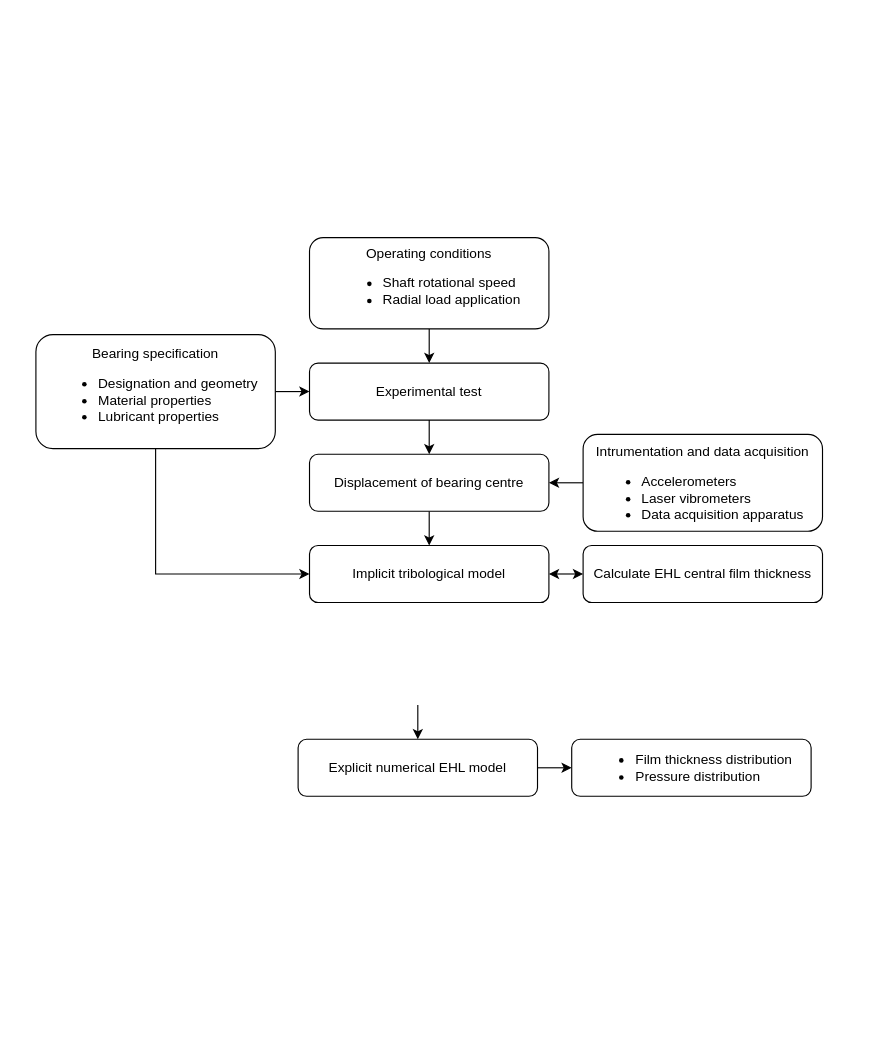
Before: Chapters/03_Investigating_the_Effect_of_Lubrication_on_the_Tribodynamic_Behaviour_of_High-Speed_Roller_Bearings/Experimental_flowchart.drawio in QuestH/PhDThesis, a draw.io diagram. Source tidied: cells renumbered, new cells numbered last; positions are measured from the earlier drawing's top-left corner, leaving out a move shared by most shapes. Both pictures are drawn from the tidied source at 114%, with x=0, y=0 at pixel (35, 237).
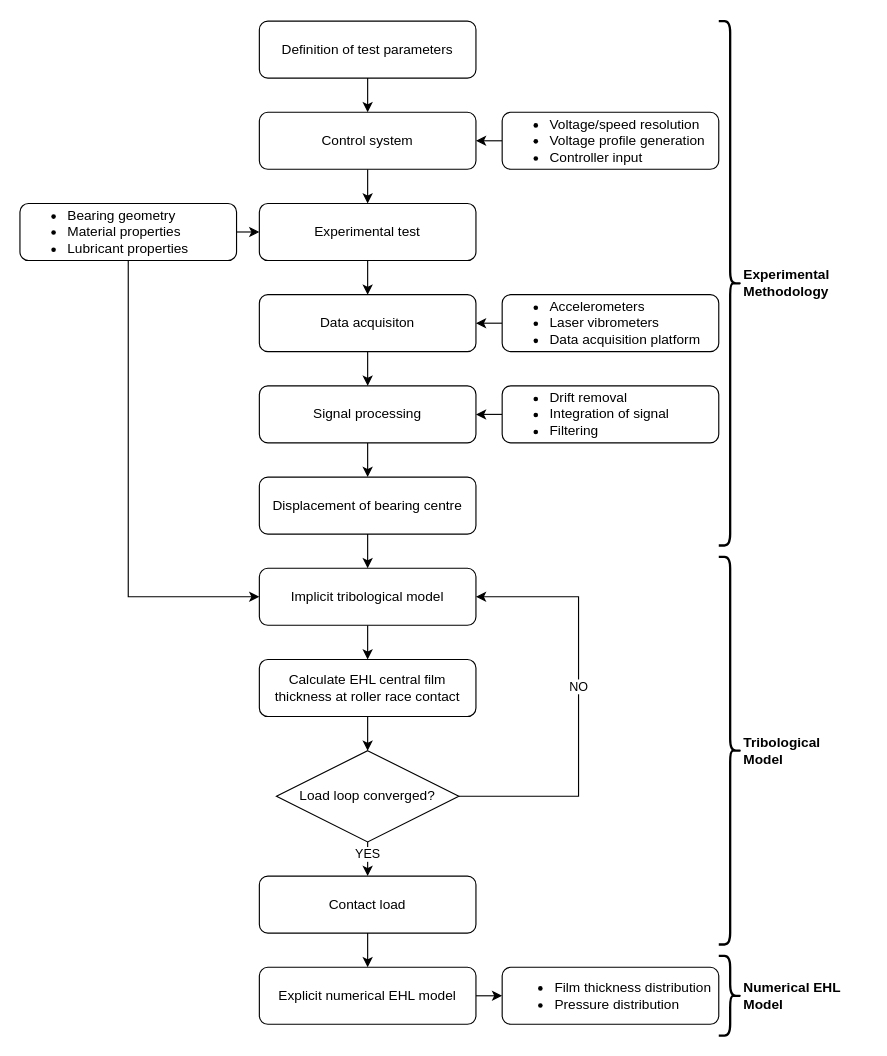
After the change.

Change to the diagram source:
```diff
@@
     <mxCell id="3" value="Displacement of bearing centre" style="rounded=1;whiteSpace=wrap;html=1;fontSize=12;glass=0;strokeWidth=1;shadow=0;" parent="1" vertex="1">
-      <mxGeometry x="240" y="190" width="210" height="50" as="geometry" />
+      <mxGeometry x="196" y="210" width="190" height="50" as="geometry" />
     </mxCell>
-    <mxCell id="4" style="edgeStyle=orthogonalEdgeStyle;rounded=0;jettySize=auto;html=1;exitX=0.5;exitY=1;exitDx=0;exitDy=0;entryX=0.5;entryY=0;entryDx=0;entryDy=0;" parent="1" edge="1" target="7">
-      <mxGeometry relative="1" as="geometry">
-        <mxPoint x="335" y="410" as="sourcePoint" />
-      </mxGeometry>
-    </mxCell>
+    <mxCell id="20" style="edgeStyle=orthogonalEdgeStyle;rounded=0;jettySize=auto;html=1;exitX=0.5;exitY=1;exitDx=0;exitDy=0;entryX=0.5;entryY=0;entryDx=0;entryDy=0;" parent="1" edge="1" source="5" target="39">
+      <mxGeometry relative="1" as="geometry" />
+    </mxCell>
     <mxCell id="5" value="Implicit tribological model" style="rounded=1;whiteSpace=wrap;html=1;fontSize=12;glass=0;strokeWidth=1;shadow=0;" parent="1" vertex="1">
-      <mxGeometry x="240" y="270" width="210" height="50" as="geometry" />
+      <mxGeometry x="196" y="290" width="190" height="50" as="geometry" />
     </mxCell>
@@
     <mxCell id="7" value="Explicit numerical EHL model" style="rounded=1;whiteSpace=wrap;html=1;fontSize=12;glass=0;strokeWidth=1;shadow=0;" parent="1" vertex="1">
-      <mxGeometry x="230" y="440" width="210" height="50" as="geometry" />
+      <mxGeometry x="196" y="640" width="190" height="50" as="geometry" />
     </mxCell>
-    <mxCell id="8" style="edgeStyle=orthogonalEdgeStyle;rounded=0;jettySize=auto;html=1;exitX=0.5;exitY=1;exitDx=0;exitDy=0;entryX=0.5;entryY=0;entryDx=0;entryDy=0;" parent="1" edge="1" source="9" target="3">
-      <mxGeometry relative="1" as="geometry" />
-    </mxCell>
+    <mxCell id="21" style="edgeStyle=orthogonalEdgeStyle;rounded=0;jettySize=auto;html=1;exitX=0.5;exitY=1;exitDx=0;exitDy=0;entryX=0.5;entryY=0;entryDx=0;entryDy=0;" parent="1" edge="1" source="9" target="25">
+      <mxGeometry relative="1" as="geometry" />
+    </mxCell>
     <mxCell id="9" value="Experimental test" style="rounded=1;whiteSpace=wrap;html=1;fontSize=12;glass=0;strokeWidth=1;shadow=0;" parent="1" vertex="1">
-      <mxGeometry x="240" y="110" width="210" height="50" as="geometry" />
+      <mxGeometry x="196" y="-30" width="190" height="50" as="geometry" />
     </mxCell>
-    <mxCell id="10" value="Calculate EHL central film thickness" style="rounded=1;whiteSpace=wrap;html=1;fontSize=12;glass=0;strokeWidth=1;shadow=0;" parent="1" vertex="1">
-      <mxGeometry x="480" y="270" width="210" height="50" as="geometry" />
-    </mxCell>
     <mxCell id="11" value="&lt;ul&gt;&lt;li&gt;Film thickness distribution&lt;/li&gt;&lt;li style=&quot;text-align: left;&quot;&gt;Pressure distribution&lt;/li&gt;&lt;/ul&gt;" style="rounded=1;whiteSpace=wrap;html=1;fontSize=12;glass=0;strokeWidth=1;shadow=0;align=center;" parent="1" vertex="1">
-      <mxGeometry x="470" y="440" width="210" height="50" as="geometry" />
+      <mxGeometry x="409" y="640" width="190" height="50" as="geometry" />
     </mxCell>
-    <mxCell id="12" style="edgeStyle=orthogonalEdgeStyle;rounded=0;jettySize=auto;html=1;exitX=0.5;exitY=1;exitDx=0;exitDy=0;entryX=0.5;entryY=0;entryDx=0;entryDy=0;" parent="1" edge="1" source="13" target="9">
-      <mxGeometry relative="1" as="geometry" />
-    </mxCell>
-    <mxCell id="13" value="Operating conditions&lt;div&gt;&lt;ul&gt;&lt;li style=&quot;text-align: left;&quot;&gt;&lt;span style=&quot;background-color: initial;&quot;&gt;Shaft rotational speed&lt;/span&gt;&lt;/li&gt;&lt;li style=&quot;text-align: left;&quot;&gt;Radial load application&lt;/li&gt;&lt;/ul&gt;&lt;/div&gt;" style="rounded=1;whiteSpace=wrap;html=1;fontSize=12;glass=0;strokeWidth=1;shadow=0;" parent="1" vertex="1">
-      <mxGeometry x="240" width="210" height="80" as="geometry" />
-    </mxCell>
-    <mxCell id="14" style="edgeStyle=orthogonalEdgeStyle;rounded=0;jettySize=auto;html=1;exitX=0;exitY=0.5;exitDx=0;exitDy=0;entryX=1;entryY=0.5;entryDx=0;entryDy=0;" parent="1" edge="1" source="15" target="3">
-      <mxGeometry relative="1" as="geometry" />
-    </mxCell>
+    <mxCell id="22" style="edgeStyle=orthogonalEdgeStyle;rounded=0;jettySize=auto;html=1;exitX=0;exitY=0.5;exitDx=0;exitDy=0;entryX=1;entryY=0.5;entryDx=0;entryDy=0;" parent="1" edge="1" source="15" target="25">
+      <mxGeometry relative="1" as="geometry" />
+    </mxCell>
-    <mxCell id="15" value="&lt;p style=&quot;line-height: 120%;&quot;&gt;&lt;span style=&quot;background-color: initial;&quot;&gt;Intrumentation and data acquisition&lt;/span&gt;&lt;br&gt;&lt;/p&gt;&lt;ul style=&quot;line-height: 120%;&quot;&gt;&lt;li style=&quot;text-align: left;&quot;&gt;&lt;span style=&quot;background-color: initial;&quot;&gt;Accelerometers&lt;/span&gt;&lt;/li&gt;&lt;li style=&quot;text-align: left;&quot;&gt;&lt;span style=&quot;background-color: initial;&quot;&gt;Laser vibrometers&lt;/span&gt;&lt;/li&gt;&lt;li style=&quot;text-align: left;&quot;&gt;&lt;span style=&quot;background-color: initial;&quot;&gt;Data acquisition apparatus&lt;/span&gt;&lt;/li&gt;&lt;/ul&gt;&lt;p&gt;&lt;/p&gt;" style="rounded=1;whiteSpace=wrap;html=1;fontSize=12;glass=0;strokeWidth=1;shadow=0;align=center;" parent="1" vertex="1">
-      <mxGeometry x="480" y="172.5" width="210" height="85" as="geometry" />
+    <mxCell id="15" value="&lt;ul style=&quot;line-height: 120%;&quot;&gt;&lt;li style=&quot;&quot;&gt;&lt;span style=&quot;background-color: initial;&quot;&gt;Accelerometers&lt;/span&gt;&lt;/li&gt;&lt;li style=&quot;&quot;&gt;&lt;span style=&quot;background-color: initial;&quot;&gt;Laser vibrometers&lt;/span&gt;&lt;/li&gt;&lt;li style=&quot;&quot;&gt;&lt;span style=&quot;background-color: initial;&quot;&gt;Data acquisition platform&lt;/span&gt;&lt;/li&gt;&lt;/ul&gt;&lt;p&gt;&lt;/p&gt;" style="rounded=1;whiteSpace=wrap;html=1;fontSize=12;glass=0;strokeWidth=1;shadow=0;align=left;" parent="1" vertex="1">
+      <mxGeometry x="409" y="50" width="190" height="50" as="geometry" />
     </mxCell>
+    <mxCell id="17" style="edgeStyle=orthogonalEdgeStyle;rounded=0;jettySize=auto;html=1;exitX=0.5;exitY=1;exitDx=0;exitDy=0;entryX=0;entryY=0.5;entryDx=0;entryDy=0;" parent="1" edge="1" source="18" target="5">
+      <mxGeometry relative="1" as="geometry" />
+    </mxCell>
@@
-    <mxCell id="17" style="edgeStyle=orthogonalEdgeStyle;rounded=0;jettySize=auto;html=1;exitX=0.5;exitY=1;exitDx=0;exitDy=0;entryX=0;entryY=0.5;entryDx=0;entryDy=0;" parent="1" edge="1" source="18" target="5">
-      <mxGeometry relative="1" as="geometry" />
-    </mxCell>
-    <mxCell id="18" value="&lt;span style=&quot;background-color: initial;&quot;&gt;Bearing specification&lt;/span&gt;&lt;br&gt;&lt;ul&gt;&lt;li style=&quot;text-align: left;&quot;&gt;Designation and geometry&lt;/li&gt;&lt;li style=&quot;text-align: left;&quot;&gt;&lt;span style=&quot;background-color: initial;&quot;&gt;Material properties&lt;/span&gt;&lt;/li&gt;&lt;li style=&quot;text-align: left;&quot;&gt;&lt;span style=&quot;background-color: initial;&quot;&gt;Lubricant properties&lt;/span&gt;&lt;/li&gt;&lt;/ul&gt;" style="rounded=1;whiteSpace=wrap;html=1;fontSize=12;glass=0;strokeWidth=1;shadow=0;" parent="1" vertex="1">
-      <mxGeometry y="85" width="210" height="100" as="geometry" />
+    <mxCell id="18" value="&lt;ul&gt;&lt;li style=&quot;&quot;&gt;Bearing geometry&lt;/li&gt;&lt;li style=&quot;&quot;&gt;&lt;span style=&quot;background-color: initial;&quot;&gt;Material properties&lt;/span&gt;&lt;/li&gt;&lt;li style=&quot;&quot;&gt;&lt;span style=&quot;background-color: initial;&quot;&gt;Lubricant properties&lt;/span&gt;&lt;/li&gt;&lt;/ul&gt;" style="rounded=1;whiteSpace=wrap;html=1;fontSize=12;glass=0;strokeWidth=1;shadow=0;align=left;" parent="1" vertex="1">
+      <mxGeometry x="-14" y="-30" width="190" height="50" as="geometry" />
     </mxCell>
-    <mxCell id="19" style="endArrow=classic;startArrow=classic;html=1;rounded=0;entryX=0;entryY=0.5;entryDx=0;entryDy=0;exitX=1;exitY=0.5;exitDx=0;exitDy=0;" parent="1" edge="1" source="5" target="10">
-      <mxGeometry relative="1" as="geometry" />
-    </mxCell>
+    <mxCell id="23" style="edgeStyle=orthogonalEdgeStyle;rounded=0;jettySize=auto;html=1;exitX=0.5;exitY=1;exitDx=0;exitDy=0;entryX=0.5;entryY=0;entryDx=0;entryDy=0;" parent="1" edge="1" target="3">
+      <mxGeometry relative="1" as="geometry">
+        <mxPoint x="301" y="140" as="sourcePoint" />
+      </mxGeometry>
+    </mxCell>
+    <mxCell id="24" style="edgeStyle=orthogonalEdgeStyle;rounded=0;jettySize=auto;html=1;exitX=0.5;exitY=1;exitDx=0;exitDy=0;entryX=0.5;entryY=0;entryDx=0;entryDy=0;" parent="1" edge="1" source="25" target="28">
+      <mxGeometry relative="1" as="geometry" />
+    </mxCell>
+    <mxCell id="25" value="Data acquisiton" style="rounded=1;whiteSpace=wrap;html=1;fontSize=12;glass=0;strokeWidth=1;shadow=0;" parent="1" vertex="1">
+      <mxGeometry x="196" y="50" width="190" height="50" as="geometry" />
+    </mxCell>
+    <mxCell id="26" style="edgeStyle=orthogonalEdgeStyle;rounded=0;jettySize=auto;html=1;exitX=0.5;exitY=1;exitDx=0;exitDy=0;entryX=0.5;entryY=0;entryDx=0;entryDy=0;" parent="1" edge="1" source="27" target="41">
+      <mxGeometry relative="1" as="geometry" />
+    </mxCell>
+    <mxCell id="27" value="&lt;span style=&quot;text-align: left; background-color: initial;&quot;&gt;Definition of test parameters&lt;/span&gt;" style="rounded=1;whiteSpace=wrap;html=1;fontSize=12;glass=0;strokeWidth=1;shadow=0;" parent="1" vertex="1">
+      <mxGeometry x="196" y="-190" width="190" height="50" as="geometry" />
+    </mxCell>
+    <mxCell id="28" value="Signal processing" style="rounded=1;whiteSpace=wrap;html=1;fontSize=12;glass=0;strokeWidth=1;shadow=0;" parent="1" vertex="1">
+      <mxGeometry x="196" y="130" width="190" height="50" as="geometry" />
+    </mxCell>
+    <mxCell id="29" style="edgeStyle=orthogonalEdgeStyle;rounded=0;jettySize=auto;html=1;exitX=0;exitY=0.5;exitDx=0;exitDy=0;entryX=1;entryY=0.5;entryDx=0;entryDy=0;" parent="1" edge="1" source="30" target="28">
+      <mxGeometry relative="1" as="geometry" />
+    </mxCell>
+    <mxCell id="30" value="&lt;ul style=&quot;line-height: 120%;&quot;&gt;&lt;li style=&quot;&quot;&gt;Drift removal&lt;/li&gt;&lt;li style=&quot;&quot;&gt;Integration of signal&lt;/li&gt;&lt;li style=&quot;&quot;&gt;Filtering&lt;/li&gt;&lt;/ul&gt;&lt;p&gt;&lt;/p&gt;" style="rounded=1;whiteSpace=wrap;html=1;fontSize=12;glass=0;strokeWidth=1;shadow=0;align=left;" parent="1" vertex="1">
+      <mxGeometry x="409" y="130" width="190" height="50" as="geometry" />
+    </mxCell>
+    <mxCell id="31" style="edgeStyle=orthogonalEdgeStyle;rounded=0;jettySize=auto;html=1;exitX=0.5;exitY=1;exitDx=0;exitDy=0;entryX=0.5;entryY=0;entryDx=0;entryDy=0;" parent="1" edge="1" source="35" target="37">
+      <mxGeometry relative="1" as="geometry" />
+    </mxCell>
+    <mxCell id="32" value="YES" style="edgeLabel;html=1;align=center;verticalAlign=middle;" parent="31" vertex="1">
+      <mxGeometry x="-0.08" y="-1" relative="1" as="geometry">
+        <mxPoint y="-4" as="offset" />
+      </mxGeometry>
+    </mxCell>
+    <mxCell id="33" style="edgeStyle=orthogonalEdgeStyle;rounded=0;jettySize=auto;html=1;exitX=1;exitY=0.5;exitDx=0;exitDy=0;entryX=1;entryY=0.5;entryDx=0;entryDy=0;" parent="1" edge="1" source="35" target="5">
+      <mxGeometry relative="1" as="geometry">
+        <Array as="points">
+          <mxPoint x="476" y="490" />
+          <mxPoint x="476" y="315" />
+        </Array>
+      </mxGeometry>
+    </mxCell>
+    <mxCell id="34" value="NO" style="edgeLabel;html=1;align=center;verticalAlign=middle;" parent="33" vertex="1">
+      <mxGeometry x="0.09" y="1" relative="1" as="geometry" />
+    </mxCell>
+    <mxCell id="35" value="Load loop converged?" style="rhombus;whiteSpace=wrap;html=1;" parent="1" vertex="1">
+      <mxGeometry x="211" y="450" width="160" height="80" as="geometry" />
+    </mxCell>
+    <mxCell id="36" style="edgeStyle=orthogonalEdgeStyle;rounded=0;jettySize=auto;html=1;exitX=0.5;exitY=1;exitDx=0;exitDy=0;entryX=0.5;entryY=0;entryDx=0;entryDy=0;" parent="1" edge="1" source="37" target="7">
+      <mxGeometry relative="1" as="geometry" />
+    </mxCell>
+    <mxCell id="37" value="Contact load" style="rounded=1;whiteSpace=wrap;html=1;fontSize=12;glass=0;strokeWidth=1;shadow=0;" parent="1" vertex="1">
+      <mxGeometry x="196" y="560" width="190" height="50" as="geometry" />
+    </mxCell>
+    <mxCell id="38" style="edgeStyle=orthogonalEdgeStyle;rounded=0;jettySize=auto;html=1;exitX=0.5;exitY=1;exitDx=0;exitDy=0;entryX=0.5;entryY=0;entryDx=0;entryDy=0;" parent="1" edge="1" source="39" target="35">
+      <mxGeometry relative="1" as="geometry" />
+    </mxCell>
+    <mxCell id="39" value="Calculate EHL central film thickness at roller race contact" style="rounded=1;whiteSpace=wrap;html=1;fontSize=12;glass=0;strokeWidth=1;shadow=0;" parent="1" vertex="1">
+      <mxGeometry x="196" y="370" width="190" height="50" as="geometry" />
+    </mxCell>
+    <mxCell id="40" style="edgeStyle=orthogonalEdgeStyle;rounded=0;jettySize=auto;html=1;exitX=0.5;exitY=1;exitDx=0;exitDy=0;entryX=0.5;entryY=0;entryDx=0;entryDy=0;" parent="1" edge="1" source="41" target="9">
+      <mxGeometry relative="1" as="geometry" />
+    </mxCell>
+    <mxCell id="41" value="&lt;span style=&quot;text-align: left; background-color: initial;&quot;&gt;Control system&lt;/span&gt;" style="rounded=1;whiteSpace=wrap;html=1;fontSize=12;glass=0;strokeWidth=1;shadow=0;" parent="1" vertex="1">
+      <mxGeometry x="196" y="-110" width="190" height="50" as="geometry" />
+    </mxCell>
+    <mxCell id="42" style="edgeStyle=orthogonalEdgeStyle;rounded=0;jettySize=auto;html=1;exitX=0;exitY=0.5;exitDx=0;exitDy=0;entryX=1;entryY=0.5;entryDx=0;entryDy=0;" parent="1" edge="1" source="43" target="41">
+      <mxGeometry relative="1" as="geometry" />
+    </mxCell>
+    <mxCell id="43" value="&lt;ul&gt;&lt;li&gt;&lt;span style=&quot;background-color: initial;&quot;&gt;Voltage/speed resolution&lt;/span&gt;&lt;br&gt;&lt;/li&gt;&lt;li&gt;&lt;span style=&quot;background-color: initial;&quot;&gt;Voltage profile generation&lt;/span&gt;&lt;/li&gt;&lt;li&gt;Controller input&lt;/li&gt;&lt;/ul&gt;" style="rounded=1;whiteSpace=wrap;html=1;fontSize=12;glass=0;strokeWidth=1;shadow=0;align=left;" parent="1" vertex="1">
+      <mxGeometry x="409" y="-110" width="190" height="50" as="geometry" />
+    </mxCell>
+    <mxCell id="44" value="&lt;b&gt;Experimental&lt;/b&gt;&lt;div&gt;&lt;b style=&quot;background-color: initial;&quot;&gt;Methodology&lt;/b&gt;&lt;/div&gt;" style="text;html=1;align=left;verticalAlign=middle;strokeColor=none;fillColor=none;" parent="1" vertex="1">
+      <mxGeometry x="619" y="20" width="100" height="40" as="geometry" />
+    </mxCell>
+    <mxCell id="45" style="shape=curlyBracket;whiteSpace=wrap;html=1;rounded=1;flipH=1;labelPosition=right;verticalLabelPosition=middle;align=left;verticalAlign=middle;strokeWidth=2;" parent="1" vertex="1">
+      <mxGeometry x="599" y="-190" width="20" height="460" as="geometry" />
+    </mxCell>
+    <mxCell id="46" value="&lt;div&gt;&lt;b style=&quot;background-color: initial;&quot;&gt;Tribological&amp;nbsp;&lt;/b&gt;&lt;/div&gt;&lt;div&gt;&lt;b style=&quot;background-color: initial;&quot;&gt;Model&lt;/b&gt;&lt;/div&gt;" style="text;html=1;align=left;verticalAlign=middle;strokeColor=none;fillColor=none;" parent="1" vertex="1">
+      <mxGeometry x="619" y="430" width="90" height="40" as="geometry" />
+    </mxCell>
+    <mxCell id="47" style="shape=curlyBracket;whiteSpace=wrap;html=1;rounded=1;flipH=1;labelPosition=right;verticalLabelPosition=middle;align=left;verticalAlign=middle;strokeWidth=2;" parent="1" vertex="1">
+      <mxGeometry x="599" y="280" width="20" height="340" as="geometry" />
+    </mxCell>
+    <mxCell id="48" style="shape=curlyBracket;whiteSpace=wrap;html=1;rounded=1;flipH=1;labelPosition=right;verticalLabelPosition=middle;align=left;verticalAlign=middle;strokeWidth=2;" parent="1" vertex="1">
+      <mxGeometry x="599" y="630" width="20" height="70" as="geometry" />
+    </mxCell>
+    <mxCell id="49" value="&lt;div&gt;&lt;b&gt;Numerical EHL&lt;/b&gt;&lt;/div&gt;&lt;div&gt;&lt;b&gt;Model&lt;/b&gt;&lt;/div&gt;" style="text;html=1;align=left;verticalAlign=middle;strokeColor=none;fillColor=none;" parent="1" vertex="1">
+      <mxGeometry x="619" y="645" width="110" height="40" as="geometry" />
+    </mxCell>
```
